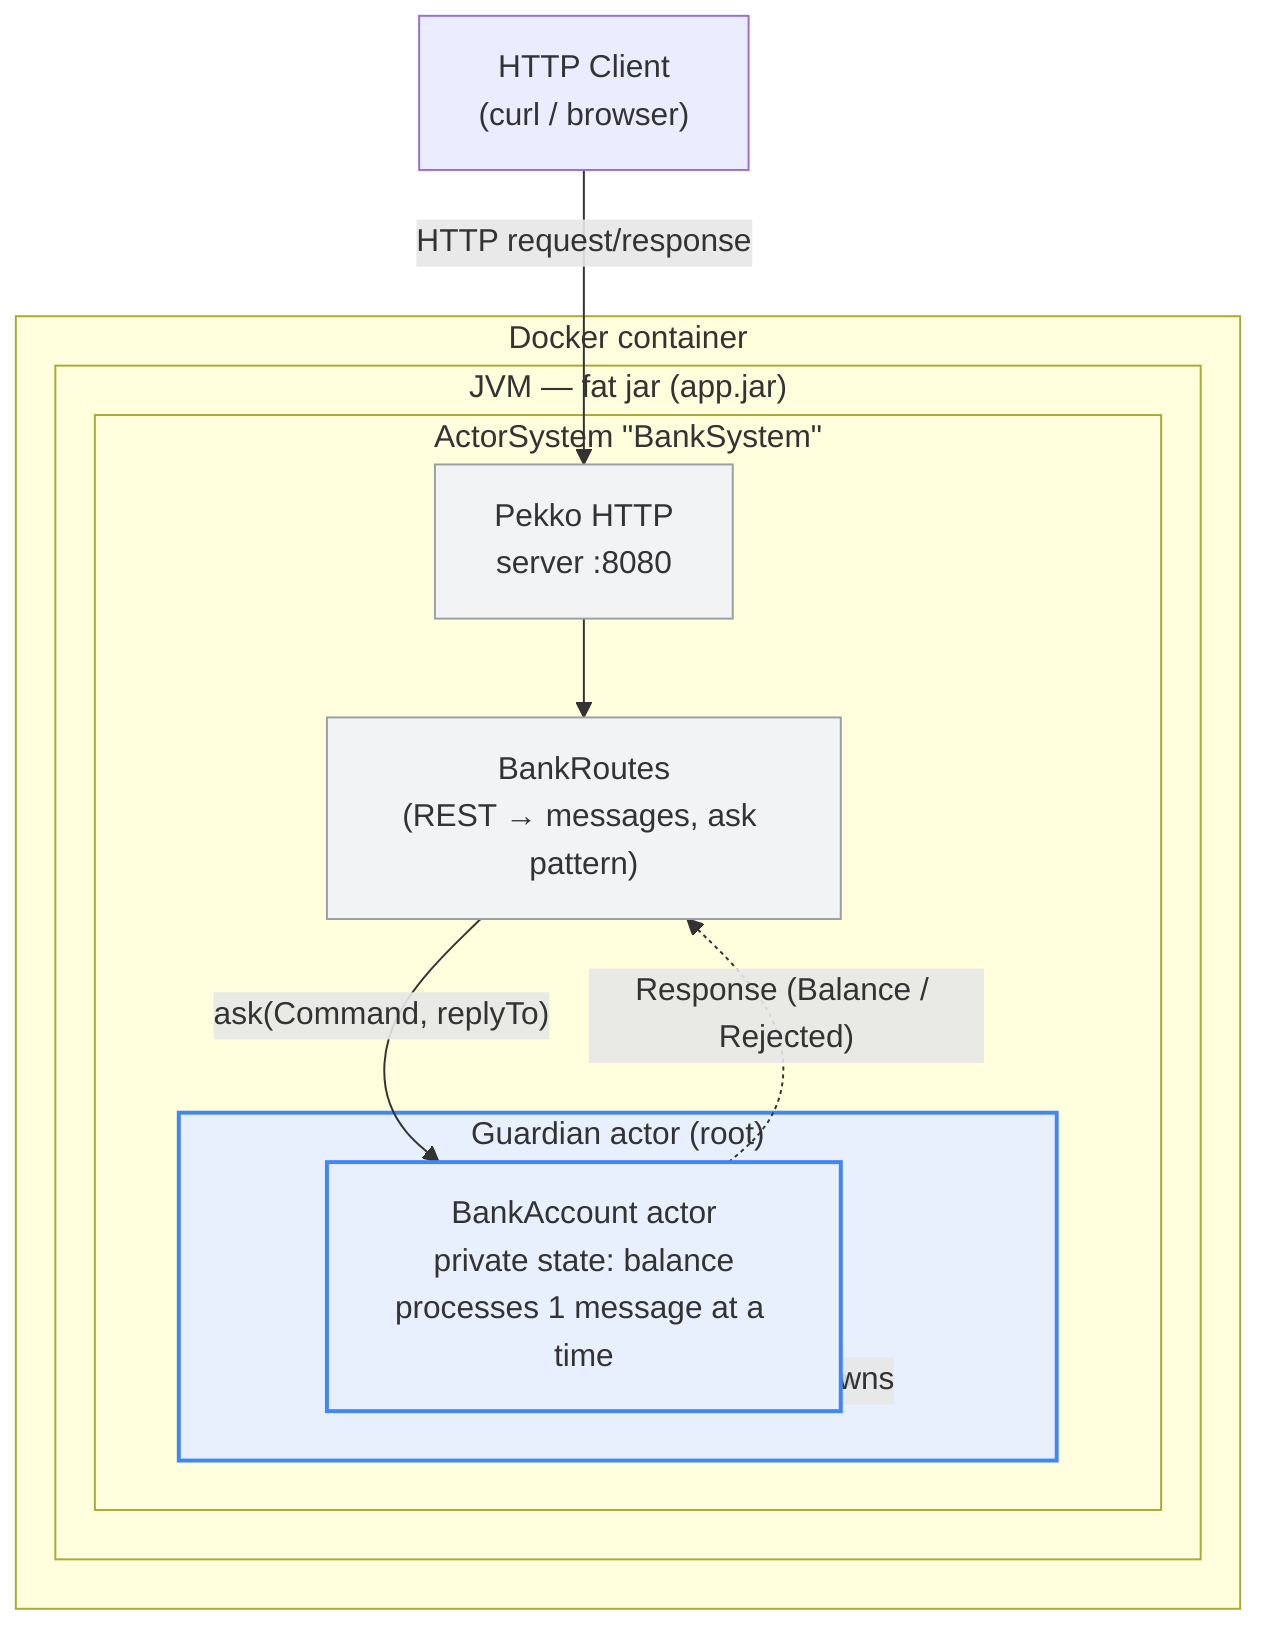
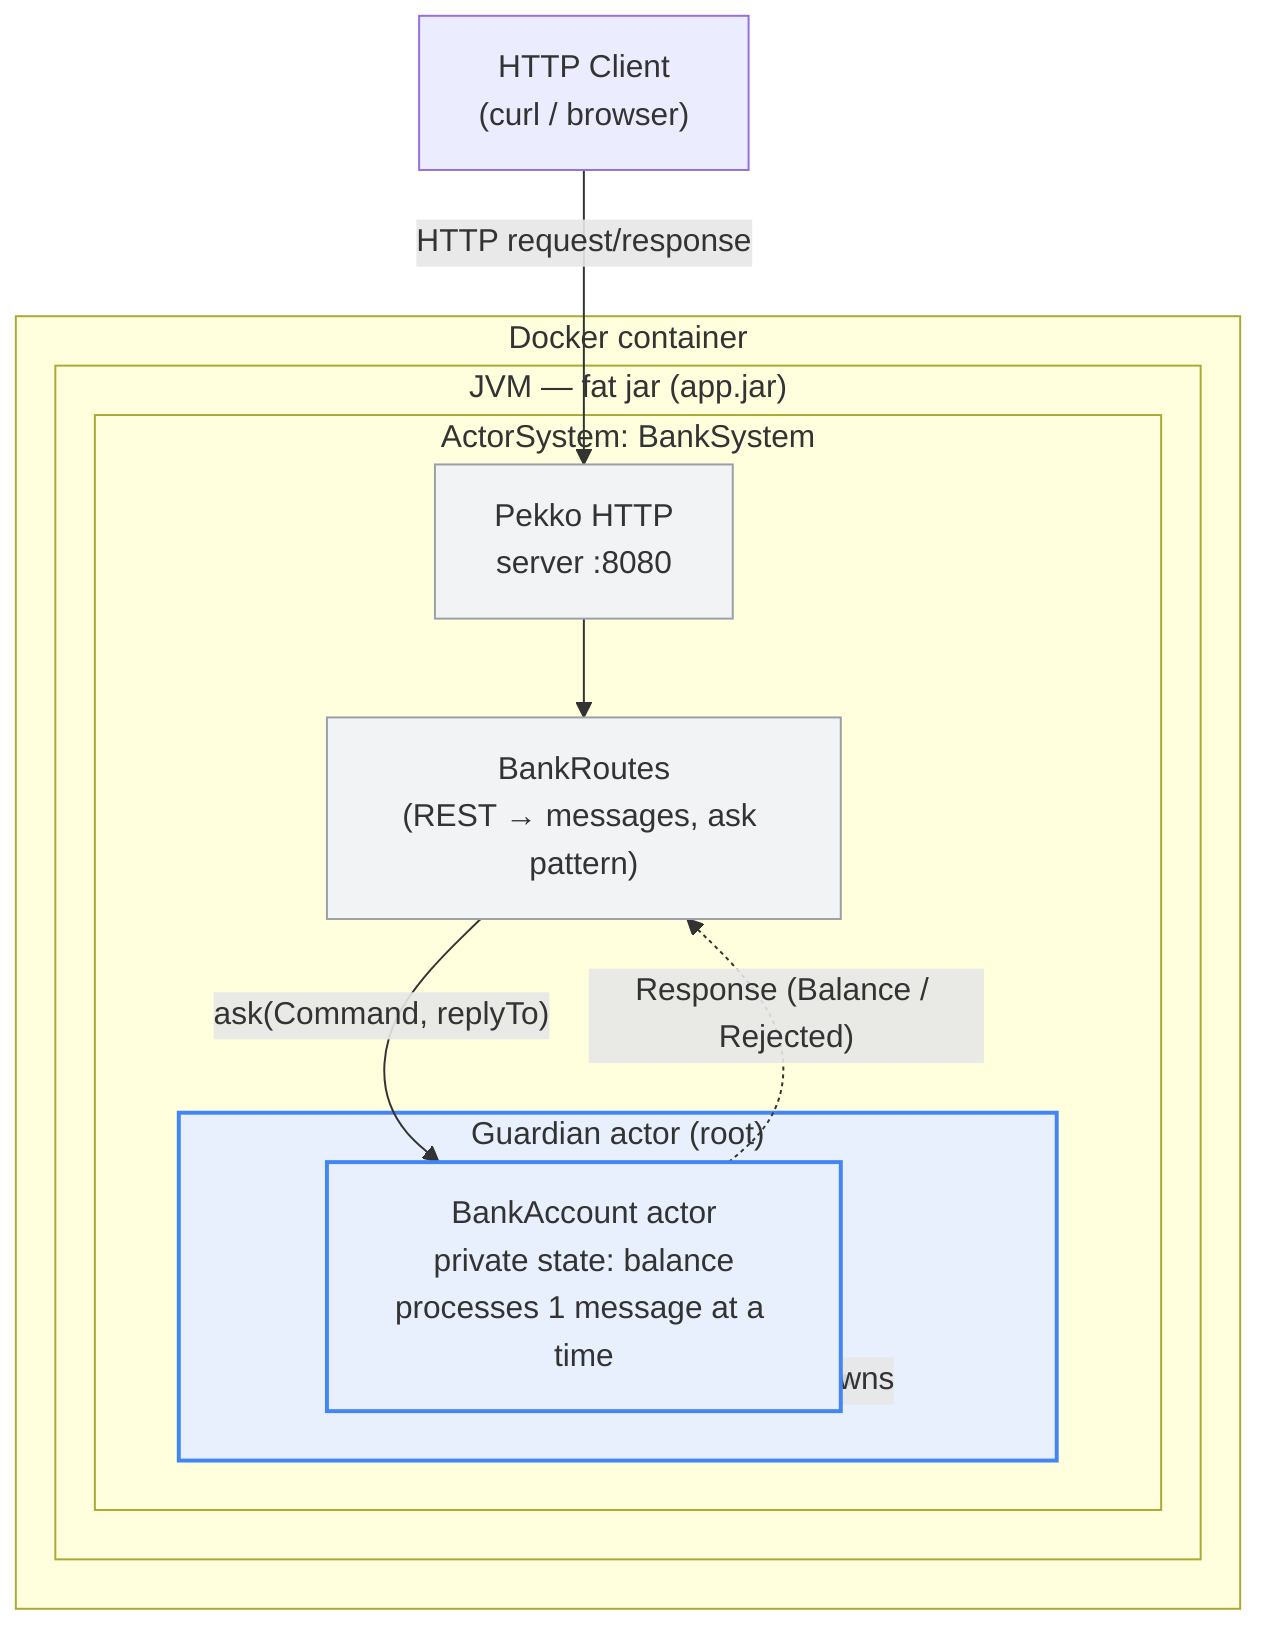
%% Architecture of the Pekko bank-account example
%% Render: https://mermaid.live  or  VS Code "Markdown Preview Mermaid" extension
flowchart TB
    client["HTTP Client<br/>(curl / browser)"]

    subgraph docker["Docker container"]
        subgraph jvm["JVM — fat jar (app.jar)"]
-             subgraph system["ActorSystem &quot;BankSystem&quot;"]
+             subgraph system["ActorSystem: BankSystem"]
                http["Pekko HTTP<br/>server :8080"]
                routes["BankRoutes<br/>(REST → messages, ask pattern)"]

                subgraph guardian["Guardian actor (root)"]
                    account["BankAccount actor<br/>private state: balance<br/>processes 1 message at a time"]
                end
            end
        end
    end

    client -- "HTTP request/response" --> http
    http --> routes
    routes -- "ask(Command, replyTo)" --> account
    account -. "Response (Balance / Rejected)" .-> routes
    guardian -. "spawns" .-> account

    classDef actor fill:#e8f0fe,stroke:#4285f4,stroke-width:2px;
    classDef infra fill:#f1f3f4,stroke:#9aa0a6;
    class account,guardian actor;
    class http,routes infra;
